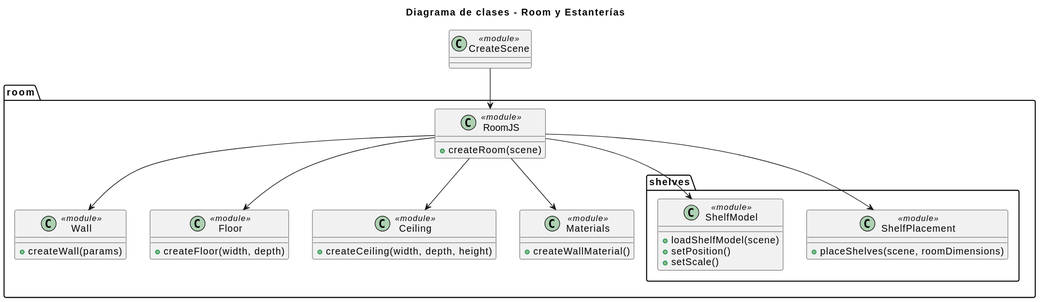
The PlantUML diagram diagramas/DiagramaClases/Room.svg in icano-dev/TFG, before a commit. Its diagram source:
```plantuml
@startuml
title Diagrama de clases - Room y Estanterías

class CreateScene <<module>>

package "room" {
    class RoomJS <<module>> {
        +createRoom(scene)
    }
    class Wall <<module>> {
        +createWall(params)
    }
    class Floor <<module>> {
        +createFloor(width, depth)
    }
    class Ceiling <<module>> {
        +createCeiling(width, depth, height)
    }
    class Materials <<module>> {
        +createWallMaterial()
    }

    package "shelves" {
        class ShelfModel <<module>> {
            +loadShelfModel(scene)
            +setPosition()
            +setScale()
        }

        class ShelfPlacement <<module>> {
            +placeShelves(scene, roomDimensions)
        }
    }
}

CreateScene --> RoomJS
RoomJS --> Wall
RoomJS --> Floor
RoomJS --> Ceiling
RoomJS --> Materials
RoomJS --> ShelfModel
RoomJS --> ShelfPlacement
@enduml
```
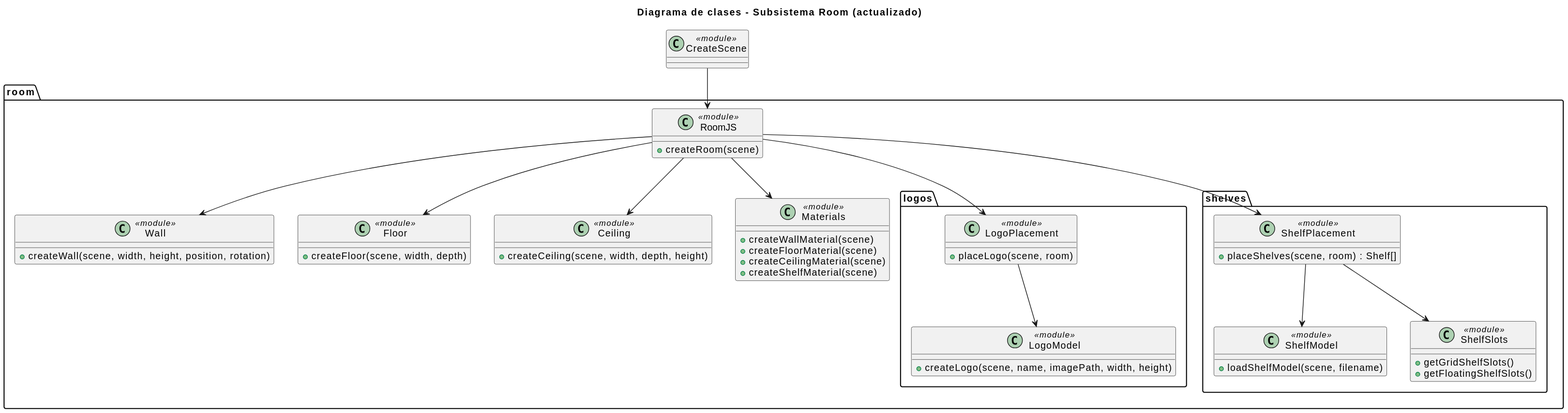
The same diagram one commit later.

Diff of the diagram source:
```diff
@@ -1,43 +1,65 @@
 @startuml
-title Diagrama de clases - Room y Estanterías
+title Diagrama de clases - Subsistema Room (actualizado)
 
 class CreateScene <<module>>
 
 package "room" {
-    class RoomJS <<module>> {
-        +createRoom(scene)
-    }
-    class Wall <<module>> {
-        +createWall(params)
-    }
-    class Floor <<module>> {
-        +createFloor(width, depth)
-    }
-    class Ceiling <<module>> {
-        +createCeiling(width, depth, height)
-    }
-    class Materials <<module>> {
-        +createWallMaterial()
-    }
-
-    package "shelves" {
-        class ShelfModel <<module>> {
-            +loadShelfModel(scene)
-            +setPosition()
-            +setScale()
-        }
-
-        class ShelfPlacement <<module>> {
-            +placeShelves(scene, roomDimensions)
-        }
-    }
+class RoomJS <<module>> {
+  +createRoom(scene)
 }
 
+class Wall <<module>> {
+  +createWall(scene, width, height, position, rotation)
+}
+
+class Floor <<module>> {
+  +createFloor(scene, width, depth)
+}
+
+class Ceiling <<module>> {
+  +createCeiling(scene, width, depth, height)
+}
+
+class Materials <<module>> {
+  +createWallMaterial(scene)
+  +createFloorMaterial(scene)
+  +createCeilingMaterial(scene)
+  +createShelfMaterial(scene)
+}
+
+package "logos" {
+  class LogoModel <<module>> {
+    +createLogo(scene, name, imagePath, width, height)
+  }
+
+  class LogoPlacement <<module>> {
+    +placeLogo(scene, room)
+  }
+}
+
+package "shelves" {
+  class ShelfModel <<module>> {
+    +loadShelfModel(scene, filename)
+  }
+
+  class ShelfPlacement <<module>> {
+    +placeShelves(scene, room) : Shelf[]
+  }
+
+  class ShelfSlots <<module>> {
+    +getGridShelfSlots()
+    +getFloatingShelfSlots()
+  }
+}
+}
 CreateScene --> RoomJS
 RoomJS --> Wall
 RoomJS --> Floor
 RoomJS --> Ceiling
 RoomJS --> Materials
-RoomJS --> ShelfModel
+RoomJS --> LogoPlacement
+LogoPlacement --> LogoModel
 RoomJS --> ShelfPlacement
+ShelfPlacement --> ShelfModel
+ShelfPlacement --> ShelfSlots
 @enduml
```
